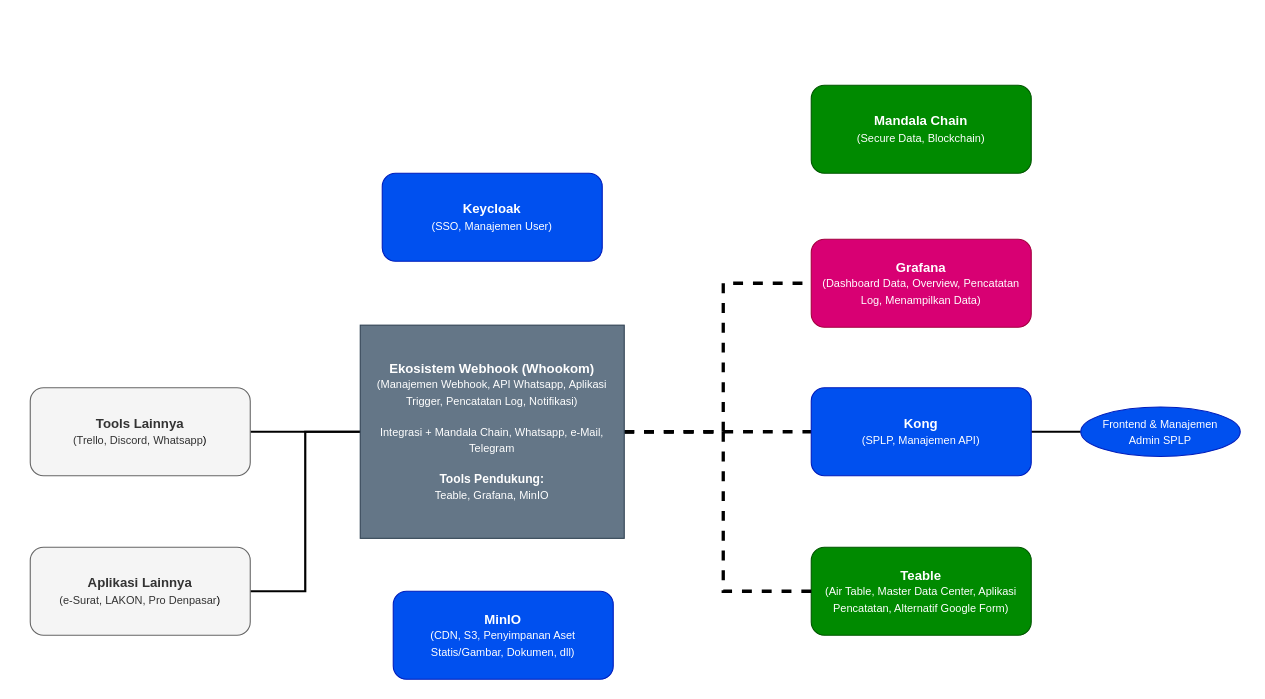
The draw.io diagram lain-lain/master_plan_tools.drawio in kominfo-denpasar/drawio, before the edit. Source tidied: cells renumbered, new cells numbered last; positions are measured from the earlier drawing's top-left corner, leaving out a move shared by most shapes. Both pictures are drawn from the tidied source at 110%, with x=0, y=0 at pixel (30, 85).
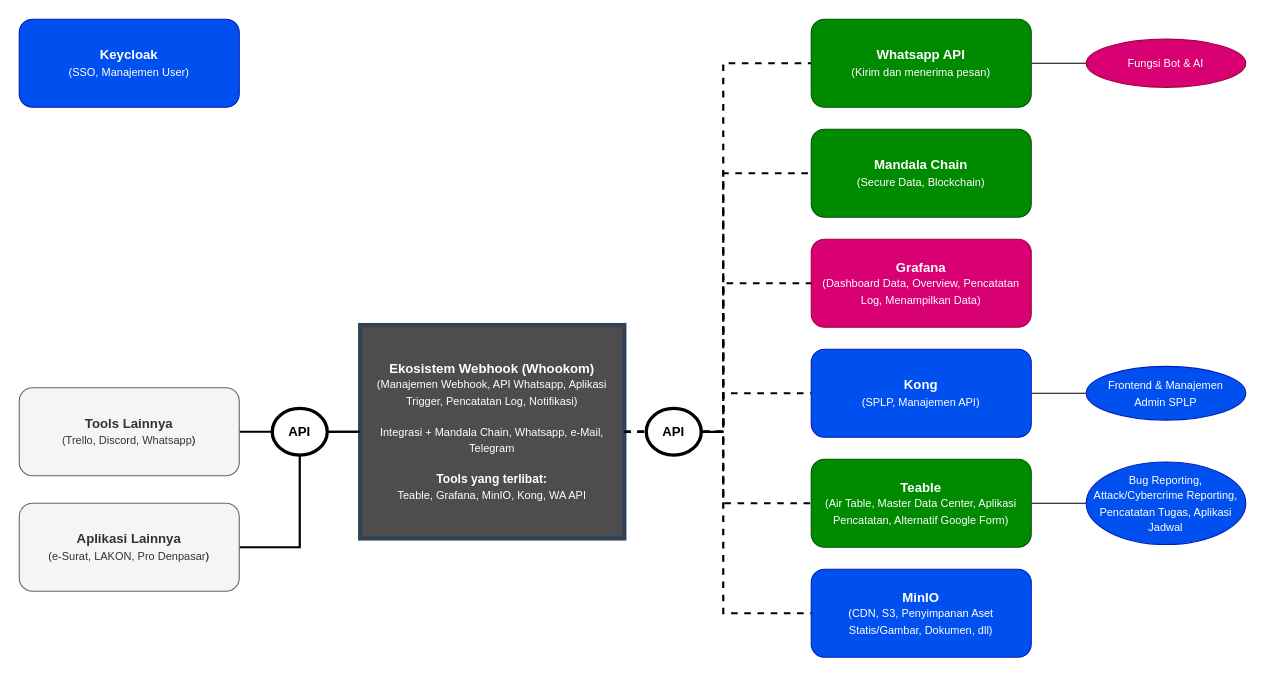
The same diagram, later.

Unchanged cells that the change refers to:
```xml
<mxCell id="5" value="&lt;font style=&quot;color: rgb(255, 255, 255);&quot;&gt;&lt;b&gt;Grafana&lt;/b&gt;&lt;br&gt;&lt;/font&gt;&lt;div&gt;&lt;font style=&quot;color: rgb(255, 255, 255);&quot;&gt;&lt;font style=&quot;font-size: 10px;&quot;&gt;(Dashboard Data, Overview, Pencatatan Log, Menampilkan Data&lt;/font&gt;&lt;span style=&quot;font-size: 10px; background-color: transparent;&quot;&gt;)&lt;/span&gt;&lt;/font&gt;&lt;/div&gt;" style="rounded=1;whiteSpace=wrap;html=1;fillColor=#d80073;strokeColor=#A50040;fontColor=#ffffff;" parent="1" vertex="1">
  <mxGeometry x="710" y="140" width="200" height="80" as="geometry" />
</mxCell>
```

Diff of the diagram source:
```diff
@@
+    <mxCell id="18" style="edgeStyle=orthogonalEdgeStyle;rounded=0;jettySize=auto;html=1;entryX=0;entryY=0.5;entryDx=0;entryDy=0;endArrow=none;startFill=0;" parent="1" edge="1" source="2" target="24">
+      <mxGeometry relative="1" as="geometry" />
+    </mxCell>
     <mxCell id="2" value="&lt;b&gt;Teable&lt;/b&gt;&lt;div&gt;&lt;font style=&quot;font-size: 10px;&quot;&gt;(Air Table, Master Data Center, Aplikasi Pencatatan, Alternatif Google Form)&lt;/font&gt;&lt;/div&gt;" style="rounded=1;whiteSpace=wrap;html=1;fillColor=#008a00;fontColor=#ffffff;strokeColor=#005700;" parent="1" vertex="1">
-      <mxGeometry x="710" y="420" width="200" height="80" as="geometry" />
+      <mxGeometry x="710" y="340" width="200" height="80" as="geometry" />
     </mxCell>
     <mxCell id="3" value="&lt;b&gt;MinIO&lt;/b&gt;&lt;div&gt;&lt;font style=&quot;font-size: 10px;&quot;&gt;(CDN, S3, Penyimpanan Aset Statis/Gambar, Dokumen, dll)&lt;/font&gt;&lt;/div&gt;" style="rounded=1;whiteSpace=wrap;html=1;fillColor=#0050ef;fontColor=#ffffff;strokeColor=#001DBC;" parent="1" vertex="1">
-      <mxGeometry x="330" y="460" width="200" height="80" as="geometry" />
+      <mxGeometry x="710" y="440" width="200" height="80" as="geometry" />
     </mxCell>
     <mxCell id="4" value="&lt;font style=&quot;color: rgb(255, 255, 255);&quot;&gt;&lt;b&gt;Keycloak&lt;/b&gt;&lt;br&gt;&lt;/font&gt;&lt;div&gt;&lt;font style=&quot;color: rgb(255, 255, 255);&quot;&gt;&lt;font style=&quot;font-size: 10px;&quot;&gt;(SSO, Manajemen User&lt;/font&gt;&lt;span style=&quot;font-size: 10px; background-color: transparent;&quot;&gt;)&lt;/span&gt;&lt;/font&gt;&lt;/div&gt;" style="rounded=1;whiteSpace=wrap;html=1;fillColor=#0050ef;fontColor=#ffffff;strokeColor=#001DBC;" parent="1" vertex="1">
-      <mxGeometry x="320" y="80" width="200" height="80" as="geometry" />
+      <mxGeometry x="-10" y="-60" width="200" height="80" as="geometry" />
     </mxCell>
@@
-    <mxCell id="6" style="edgeStyle=orthogonalEdgeStyle;rounded=0;jettySize=auto;html=1;entryX=0;entryY=0.5;entryDx=0;entryDy=0;endArrow=none;startFill=0;dashed=1;strokeWidth=3;" parent="1" edge="1" source="11" target="13">
-      <mxGeometry relative="1" as="geometry" />
+    <mxCell id="6" style="edgeStyle=orthogonalEdgeStyle;rounded=0;jettySize=auto;html=1;entryX=0;entryY=0.5;entryDx=0;entryDy=0;endArrow=none;startFill=0;dashed=1;strokeWidth=2;" parent="1" edge="1" source="11" target="13">
+      <mxGeometry relative="1" as="geometry">
+        <Array as="points">
+          <mxPoint x="630" y="315" />
+          <mxPoint x="630" y="280" />
+        </Array>
+      </mxGeometry>
     </mxCell>
-    <mxCell id="7" style="edgeStyle=orthogonalEdgeStyle;rounded=0;jettySize=auto;html=1;endArrow=none;startFill=0;strokeWidth=3;dashed=1;entryX=0;entryY=0.5;entryDx=0;entryDy=0;" parent="1" edge="1" source="11" target="2">
+    <mxCell id="7" style="edgeStyle=orthogonalEdgeStyle;rounded=0;jettySize=auto;html=1;endArrow=none;startFill=0;strokeWidth=2;dashed=1;entryX=0;entryY=0.5;entryDx=0;entryDy=0;" parent="1" edge="1" source="11" target="2">
       <mxGeometry relative="1" as="geometry">
         <Array as="points">
           <mxPoint x="630" y="315" />
-          <mxPoint x="630" y="460" />
+          <mxPoint x="630" y="380" />
         </Array>
       </mxGeometry>
     </mxCell>
@@
-    <mxCell id="9" style="edgeStyle=orthogonalEdgeStyle;rounded=0;jettySize=auto;html=1;entryX=1;entryY=0.5;entryDx=0;entryDy=0;endArrow=none;startFill=0;strokeWidth=2;" parent="1" edge="1" source="11" target="15">
-      <mxGeometry relative="1" as="geometry" />
+    <mxCell id="9" style="edgeStyle=orthogonalEdgeStyle;rounded=0;jettySize=auto;html=1;entryX=1;entryY=0.5;entryDx=0;entryDy=0;endArrow=none;startFill=0;strokeWidth=2;" parent="1" edge="1" source="29" target="15">
+      <mxGeometry relative="1" as="geometry">
+        <Array as="points">
+          <mxPoint x="245" y="420" />
+        </Array>
+      </mxGeometry>
     </mxCell>
-    <mxCell id="10" style="edgeStyle=orthogonalEdgeStyle;rounded=0;jettySize=auto;html=1;entryX=0;entryY=0.5;entryDx=0;entryDy=0;endArrow=none;startFill=0;strokeWidth=3;dashed=1;" parent="1" edge="1" source="11" target="5">
+    <mxCell id="10" style="edgeStyle=orthogonalEdgeStyle;rounded=0;jettySize=auto;html=1;entryX=0;entryY=0.5;entryDx=0;entryDy=0;endArrow=none;startFill=0;strokeWidth=2;dashed=1;" parent="1" edge="1" source="11" target="5">
       <mxGeometry relative="1" as="geometry">
         <Array as="points">
           <mxPoint x="630" y="315" />
           <mxPoint x="630" y="180" />
         </Array>
       </mxGeometry>
     </mxCell>
+    <mxCell id="19" style="edgeStyle=orthogonalEdgeStyle;rounded=0;jettySize=auto;html=1;entryX=0;entryY=0.5;entryDx=0;entryDy=0;strokeWidth=2;dashed=1;endArrow=none;startFill=0;" parent="1" edge="1" source="11" target="17">
+      <mxGeometry relative="1" as="geometry">
+        <Array as="points">
+          <mxPoint x="630" y="315" />
+          <mxPoint x="630" y="80" />
+        </Array>
+      </mxGeometry>
+    </mxCell>
+    <mxCell id="20" style="edgeStyle=orthogonalEdgeStyle;rounded=0;jettySize=auto;html=1;entryX=0;entryY=0.5;entryDx=0;entryDy=0;endArrow=none;startFill=0;dashed=1;strokeWidth=2;" parent="1" edge="1" source="27" target="22">
+      <mxGeometry relative="1" as="geometry">
+        <Array as="points">
+          <mxPoint x="630" y="-20" />
+        </Array>
+      </mxGeometry>
+    </mxCell>
-    <mxCell id="11" value="&lt;b&gt;Ekosistem Webhook (Whookom)&lt;/b&gt;&lt;div&gt;&lt;font style=&quot;font-size: 10px;&quot;&gt;(Manajemen Webhook, API Whatsapp, Aplikasi Trigger, Pencatatan Log, Notifikasi)&lt;/font&gt;&lt;/div&gt;&lt;div&gt;&lt;font style=&quot;font-size: 10px;&quot;&gt;&lt;br&gt;&lt;/font&gt;&lt;/div&gt;&lt;div&gt;&lt;font style=&quot;font-size: 10px;&quot;&gt;Integrasi + Mandala Chain, Whatsapp, e-Mail, Telegram&lt;/font&gt;&lt;/div&gt;&lt;div&gt;&lt;br&gt;&lt;/div&gt;&lt;div&gt;&lt;b&gt;&lt;font style=&quot;font-size: 11px;&quot;&gt;Tools Pendukung:&lt;/font&gt;&lt;/b&gt;&lt;/div&gt;&lt;div&gt;&lt;font style=&quot;font-size: 10px;&quot;&gt;Teable, Grafana, MinIO&lt;/font&gt;&lt;/div&gt;" style="rounded=0;whiteSpace=wrap;html=1;fillColor=#647687;strokeColor=#314354;fontColor=#ffffff;" parent="1" vertex="1">
+    <mxCell id="11" value="&lt;b&gt;Ekosistem Webhook (Whookom)&lt;/b&gt;&lt;div&gt;&lt;font style=&quot;font-size: 10px;&quot;&gt;(Manajemen Webhook, API Whatsapp, Aplikasi Trigger, Pencatatan Log, Notifikasi)&lt;/font&gt;&lt;/div&gt;&lt;div&gt;&lt;font style=&quot;font-size: 10px;&quot;&gt;&lt;br&gt;&lt;/font&gt;&lt;/div&gt;&lt;div&gt;&lt;font style=&quot;font-size: 10px;&quot;&gt;Integrasi + Mandala Chain, Whatsapp, e-Mail, Telegram&lt;/font&gt;&lt;/div&gt;&lt;div&gt;&lt;br&gt;&lt;/div&gt;&lt;div&gt;&lt;b&gt;&lt;font style=&quot;font-size: 11px;&quot;&gt;Tools yang terlibat:&lt;/font&gt;&lt;/b&gt;&lt;/div&gt;&lt;div&gt;&lt;font style=&quot;font-size: 10px;&quot;&gt;Teable, Grafana, MinIO, Kong, WA API&lt;/font&gt;&lt;/div&gt;" style="rounded=0;whiteSpace=wrap;html=1;fillColor=#4D4D4D;strokeColor=#314354;fontColor=#ffffff;strokeWidth=4;" parent="1" vertex="1">
       <mxGeometry x="300" y="218.1" width="240" height="193.8" as="geometry" />
     </mxCell>
-    <mxCell id="12" style="edgeStyle=orthogonalEdgeStyle;rounded=0;jettySize=auto;html=1;entryX=0;entryY=0.5;entryDx=0;entryDy=0;strokeWidth=2;endArrow=none;startFill=0;" parent="1" edge="1" source="13" target="16">
+    <mxCell id="12" style="edgeStyle=orthogonalEdgeStyle;rounded=0;jettySize=auto;html=1;entryX=0;entryY=0.5;entryDx=0;entryDy=0;strokeWidth=1;endArrow=none;startFill=0;" parent="1" edge="1" source="13" target="16">
       <mxGeometry relative="1" as="geometry" />
     </mxCell>
     <mxCell id="13" value="&lt;font style=&quot;color: rgb(255, 255, 255);&quot;&gt;&lt;b&gt;Kong&lt;/b&gt;&lt;br&gt;&lt;/font&gt;&lt;div&gt;&lt;font style=&quot;color: rgb(255, 255, 255);&quot;&gt;&lt;font style=&quot;font-size: 10px;&quot;&gt;(SPLP, Manajemen API&lt;/font&gt;&lt;span style=&quot;font-size: 10px; background-color: transparent;&quot;&gt;)&lt;/span&gt;&lt;/font&gt;&lt;/div&gt;" style="rounded=1;whiteSpace=wrap;html=1;fillColor=#0050ef;strokeColor=#001DBC;fontColor=#ffffff;" parent="1" vertex="1">
-      <mxGeometry x="710" y="275" width="200" height="80" as="geometry" />
+      <mxGeometry x="710" y="240" width="200" height="80" as="geometry" />
     </mxCell>
     <mxCell id="14" value="&lt;b&gt;Tools Lainnya&lt;/b&gt;&lt;br&gt;&lt;div&gt;&lt;font style=&quot;font-size: 10px;&quot;&gt;(Trello, Discord, Whatsapp&lt;/font&gt;&lt;span style=&quot;font-size: 10px; background-color: transparent; color: light-dark(rgb(0, 0, 0), rgb(255, 255, 255));&quot;&gt;)&lt;/span&gt;&lt;/div&gt;" style="rounded=1;whiteSpace=wrap;html=1;fillColor=#f5f5f5;fontColor=#333333;strokeColor=#666666;" parent="1" vertex="1">
-      <mxGeometry y="275" width="200" height="80" as="geometry" />
+      <mxGeometry x="-10" y="275" width="200" height="80" as="geometry" />
     </mxCell>
     <mxCell id="15" value="&lt;b&gt;Aplikasi Lainnya&lt;/b&gt;&lt;br&gt;&lt;div&gt;&lt;font style=&quot;font-size: 10px;&quot;&gt;(e-Surat, LAKON, Pro Denpasar&lt;/font&gt;&lt;span style=&quot;font-size: 10px; background-color: transparent; color: light-dark(rgb(0, 0, 0), rgb(255, 255, 255));&quot;&gt;)&lt;/span&gt;&lt;/div&gt;" style="rounded=1;whiteSpace=wrap;html=1;fillColor=#f5f5f5;fontColor=#333333;strokeColor=#666666;" parent="1" vertex="1">
-      <mxGeometry y="420" width="200" height="80" as="geometry" />
+      <mxGeometry x="-10" y="380" width="200" height="80" as="geometry" />
     </mxCell>
     <mxCell id="16" value="&lt;font style=&quot;font-size: 10px; color: rgb(255, 255, 255);&quot;&gt;Frontend &amp;amp; Manajemen Admin&amp;nbsp;&lt;span style=&quot;background-color: transparent;&quot;&gt;SPLP&lt;/span&gt;&lt;/font&gt;" style="ellipse;whiteSpace=wrap;html=1;fillColor=#0050ef;fontColor=#ffffff;strokeColor=#001DBC;" parent="1" vertex="1">
-      <mxGeometry x="955" y="292.5" width="145" height="45" as="geometry" />
+      <mxGeometry x="960" y="255.6" width="145" height="48.8" as="geometry" />
     </mxCell>
     <mxCell id="17" value="&lt;b&gt;Mandala Chain&lt;/b&gt;&lt;div&gt;&lt;font style=&quot;font-size: 10px;&quot;&gt;(Secure Data, Blockchain)&lt;/font&gt;&lt;/div&gt;" style="rounded=1;whiteSpace=wrap;html=1;fillColor=#008a00;fontColor=#ffffff;strokeColor=#005700;" parent="1" vertex="1">
-      <mxGeometry x="710" width="200" height="80" as="geometry" />
+      <mxGeometry x="710" y="40" width="200" height="80" as="geometry" />
     </mxCell>
+    <mxCell id="21" style="edgeStyle=orthogonalEdgeStyle;rounded=0;jettySize=auto;html=1;endArrow=none;startFill=0;" parent="1" edge="1" source="22" target="23">
+      <mxGeometry relative="1" as="geometry" />
+    </mxCell>
+    <mxCell id="22" value="&lt;b&gt;Whatsapp API&lt;/b&gt;&lt;div&gt;&lt;font style=&quot;font-size: 10px;&quot;&gt;(Kirim dan menerima pesan)&lt;/font&gt;&lt;/div&gt;" style="rounded=1;whiteSpace=wrap;html=1;fillColor=#008a00;fontColor=#ffffff;strokeColor=#005700;" parent="1" vertex="1">
+      <mxGeometry x="710" y="-60" width="200" height="80" as="geometry" />
+    </mxCell>
+    <mxCell id="23" value="&lt;span style=&quot;font-size: 10px;&quot;&gt;Fungsi Bot &amp;amp; AI&lt;/span&gt;" style="ellipse;whiteSpace=wrap;html=1;fillColor=#d80073;fontColor=#ffffff;strokeColor=#A50040;" parent="1" vertex="1">
+      <mxGeometry x="960" y="-41.9" width="145" height="43.8" as="geometry" />
+    </mxCell>
+    <mxCell id="24" value="&lt;span style=&quot;font-size: 10px;&quot;&gt;Bug Reporting, Attack/Cybercrime Reporting, Pencatatan Tugas, Aplikasi Jadwal&lt;/span&gt;" style="ellipse;whiteSpace=wrap;html=1;fillColor=#0050ef;fontColor=#ffffff;strokeColor=#001DBC;" parent="1" vertex="1">
+      <mxGeometry x="960" y="342.5" width="145" height="75" as="geometry" />
+    </mxCell>
+    <mxCell id="25" style="edgeStyle=orthogonalEdgeStyle;rounded=0;jettySize=auto;html=1;entryX=0;entryY=0.5;entryDx=0;entryDy=0;endArrow=none;startFill=0;dashed=1;strokeWidth=2;" parent="1" edge="1" source="11" target="27">
+      <mxGeometry relative="1" as="geometry">
+        <Array as="points">
+          <mxPoint x="630" y="315" />
+        </Array>
+      </mxGeometry>
+    </mxCell>
+    <mxCell id="26" style="edgeStyle=orthogonalEdgeStyle;rounded=0;jettySize=auto;html=1;entryX=0;entryY=0.5;entryDx=0;entryDy=0;strokeWidth=2;dashed=1;endArrow=none;startFill=0;" parent="1" edge="1" source="27" target="3">
+      <mxGeometry relative="1" as="geometry">
+        <Array as="points">
+          <mxPoint x="630" y="315" />
+          <mxPoint x="630" y="480" />
+        </Array>
+      </mxGeometry>
+    </mxCell>
+    <mxCell id="27" value="API" style="ellipse;whiteSpace=wrap;html=1;strokeWidth=3;fontStyle=1;" parent="1" vertex="1">
+      <mxGeometry x="560" y="293.8" width="50" height="42.5" as="geometry" />
+    </mxCell>
+    <mxCell id="28" style="edgeStyle=orthogonalEdgeStyle;rounded=0;jettySize=auto;html=1;entryX=1;entryY=0.5;entryDx=0;entryDy=0;endArrow=none;startFill=0;strokeWidth=2;" parent="1" edge="1" source="11" target="29">
+      <mxGeometry relative="1" as="geometry" />
+    </mxCell>
+    <mxCell id="29" value="API" style="ellipse;whiteSpace=wrap;html=1;strokeWidth=3;fontStyle=1;" parent="1" vertex="1">
+      <mxGeometry x="220" y="293.8" width="50" height="42.5" as="geometry" />
+    </mxCell>
```
